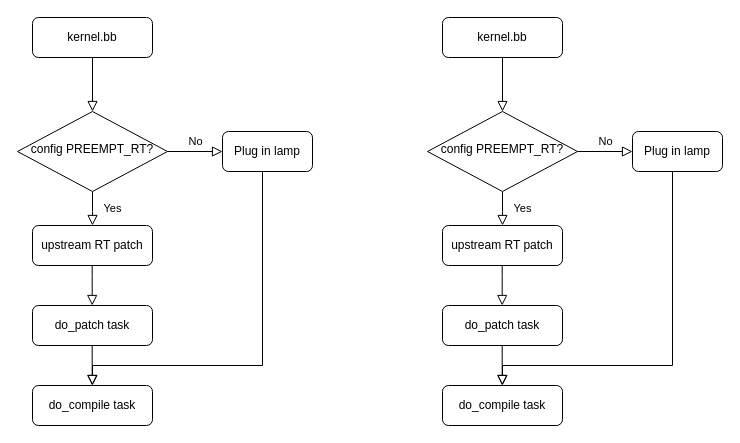
Earlier version of the draw.io diagram rt.drawio (violet227/diagrams). Source tidied: cells renumbered, new cells numbered last; positions are measured from the earlier drawing's top-left corner, leaving out a move shared by most shapes. Both pictures are drawn from the tidied source at 100%, with x=0, y=0 at pixel (17, 17).
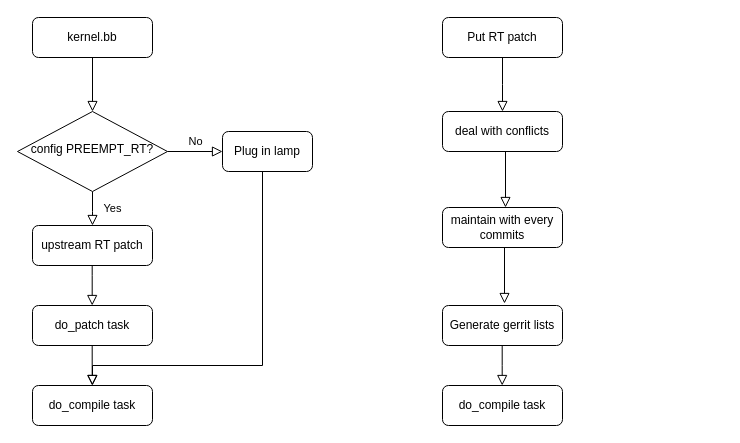
After the change.

Change to the diagram source:
```diff
@@
-    <mxCell id="14" style="rounded=0;html=1;jettySize=auto;fontSize=11;endArrow=block;endFill=0;endSize=8;strokeWidth=1;shadow=0;labelBackgroundColor=none;edgeStyle=orthogonalEdgeStyle;" parent="1" edge="1" source="15" target="18">
-      <mxGeometry relative="1" as="geometry" />
+    <mxCell id="14" style="rounded=0;html=1;jettySize=auto;fontSize=11;endArrow=block;endFill=0;endSize=8;strokeWidth=1;shadow=0;labelBackgroundColor=none;edgeStyle=orthogonalEdgeStyle;" parent="1" edge="1" source="15">
+      <mxGeometry relative="1" as="geometry">
+        <mxPoint x="485" y="94" as="targetPoint" />
+      </mxGeometry>
     </mxCell>
-    <mxCell id="15" value="kernel.bb" style="rounded=1;whiteSpace=wrap;html=1;fontSize=12;glass=0;strokeWidth=1;shadow=0;" parent="1" vertex="1">
+    <mxCell id="15" value="Put RT patch" style="rounded=1;whiteSpace=wrap;html=1;fontSize=12;glass=0;strokeWidth=1;shadow=0;" parent="1" vertex="1">
       <mxGeometry x="425" width="120" height="40" as="geometry" />
     </mxCell>
-    <mxCell id="16" value="Yes" style="rounded=0;html=1;jettySize=auto;fontSize=11;endArrow=block;endFill=0;endSize=8;strokeWidth=1;shadow=0;labelBackgroundColor=none;edgeStyle=orthogonalEdgeStyle;" parent="1" edge="1" source="18">
-      <mxGeometry y="20" relative="1" as="geometry">
-        <mxPoint x="485" y="208" as="targetPoint" />
-      </mxGeometry>
-    </mxCell>
-    <mxCell id="17" value="No" style="edgeStyle=orthogonalEdgeStyle;rounded=0;html=1;jettySize=auto;fontSize=11;endArrow=block;endFill=0;endSize=8;strokeWidth=1;shadow=0;labelBackgroundColor=none;" parent="1" edge="1" source="18" target="19">
-      <mxGeometry y="10" relative="1" as="geometry" />
-    </mxCell>
-    <mxCell id="18" value="config PREEMPT_RT?" style="rhombus;whiteSpace=wrap;html=1;shadow=0;fontFamily=Helvetica;fontSize=12;align=center;strokeWidth=1;spacing=6;spacingTop=-4;" parent="1" vertex="1">
-      <mxGeometry x="410" y="94" width="150" height="80" as="geometry" />
-    </mxCell>
-    <mxCell id="19" value="Plug in lamp" style="rounded=1;whiteSpace=wrap;html=1;fontSize=12;glass=0;strokeWidth=1;shadow=0;" parent="1" vertex="1">
-      <mxGeometry x="615" y="114" width="90" height="40" as="geometry" />
-    </mxCell>
@@
-    <mxCell id="21" value="upstream RT patch" style="rounded=1;whiteSpace=wrap;html=1;fontSize=12;glass=0;strokeWidth=1;shadow=0;" parent="1" vertex="1">
-      <mxGeometry x="425" y="208" width="120" height="40" as="geometry" />
+    <mxCell id="21" value="maintain with every commits" style="rounded=1;whiteSpace=wrap;html=1;fontSize=12;glass=0;strokeWidth=1;shadow=0;" parent="1" vertex="1">
+      <mxGeometry x="425" y="190" width="120" height="40" as="geometry" />
     </mxCell>
-    <mxCell id="22" style="rounded=0;html=1;jettySize=auto;orthogonalLoop=1;fontSize=11;endArrow=block;endFill=0;endSize=8;strokeWidth=1;shadow=0;labelBackgroundColor=none;edgeStyle=orthogonalEdgeStyle;" parent="1" edge="1">
-      <mxGeometry y="20" relative="1" as="geometry">
-        <mxPoint x="484.7" y="248" as="sourcePoint" />
-        <mxPoint x="484.7" y="288" as="targetPoint" />
-        <Array as="points">
-          <mxPoint x="484.7" y="258" />
-          <mxPoint x="484.7" y="258" />
-        </Array>
-      </mxGeometry>
-    </mxCell>
-    <mxCell id="23" value="do_patch task" style="rounded=1;whiteSpace=wrap;html=1;fontSize=12;glass=0;strokeWidth=1;shadow=0;" parent="1" vertex="1">
+    <mxCell id="23" value="Generate gerrit lists" style="rounded=1;whiteSpace=wrap;html=1;fontSize=12;glass=0;strokeWidth=1;shadow=0;" parent="1" vertex="1">
       <mxGeometry x="425" y="288" width="120" height="40" as="geometry" />
     </mxCell>
@@
-    <mxCell id="25" style="rounded=0;html=1;jettySize=auto;fontSize=11;endArrow=block;endFill=0;endSize=8;strokeWidth=1;shadow=0;labelBackgroundColor=none;edgeStyle=orthogonalEdgeStyle;exitX=0.5;exitY=1;exitDx=0;exitDy=0;" parent="1" edge="1" source="19">
-      <mxGeometry y="20" relative="1" as="geometry">
-        <mxPoint x="485" y="368" as="targetPoint" />
-        <Array as="points">
-          <mxPoint x="655" y="154" />
-          <mxPoint x="655" y="348" />
-          <mxPoint x="485" y="348" />
-        </Array>
-      </mxGeometry>
-    </mxCell>
+    <mxCell id="26" value="deal with conflicts" style="rounded=1;whiteSpace=wrap;html=1;fontSize=12;glass=0;strokeWidth=1;shadow=0;" parent="1" vertex="1">
+      <mxGeometry x="425" y="94" width="120" height="40" as="geometry" />
+    </mxCell>
+    <mxCell id="27" style="rounded=0;html=1;jettySize=auto;fontSize=11;endArrow=block;endFill=0;endSize=8;strokeWidth=1;shadow=0;labelBackgroundColor=none;edgeStyle=orthogonalEdgeStyle;exitX=0.5;exitY=1;exitDx=0;exitDy=0;" parent="1" edge="1" source="26">
+      <mxGeometry relative="1" as="geometry">
+        <mxPoint x="488" y="190" as="targetPoint" />
+        <Array as="points">
+          <mxPoint x="488" y="134" />
+        </Array>
+      </mxGeometry>
+    </mxCell>
+    <mxCell id="28" style="rounded=0;html=1;jettySize=auto;orthogonalLoop=1;fontSize=11;endArrow=block;endFill=0;endSize=8;strokeWidth=1;shadow=0;labelBackgroundColor=none;edgeStyle=orthogonalEdgeStyle;exitX=0.5;exitY=1;exitDx=0;exitDy=0;" parent="1" edge="1">
+      <mxGeometry relative="1" as="geometry">
+        <mxPoint x="483.5" y="230" as="sourcePoint" />
+        <mxPoint x="487" y="286" as="targetPoint" />
+        <Array as="points">
+          <mxPoint x="486.5" y="230" />
+        </Array>
+      </mxGeometry>
+    </mxCell>
```
